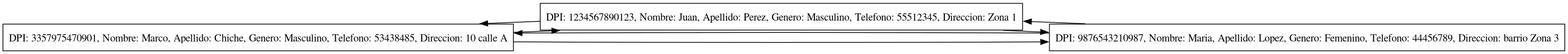
This is Rapidito/Lista_Dob.png from Marco131-xel/Edd_Proyecto2, a Graphviz export, as it was before one commit. Its source is kept beside it as Rapidito/Lista_Dob.dot.
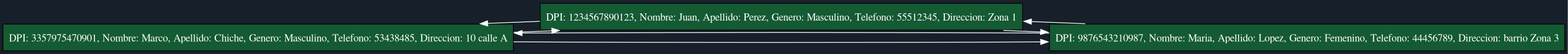
After the commit.

What changed in the source:
```diff
@@ -1,6 +1,8 @@
 digraph G {
+bgcolor="#17202a";
+node [shape=record, style=filled, fillcolor="#145a32", fontcolor=white];
+edge [color=white];
 rankdir=LR;
-node [shape=record];
 nodo0 [label="DPI: 3357975470901, Nombre:  Marco, Apellido:  Chiche, Genero:  Masculino, Telefono:  53438485, Direccion:  10 calle A"];
 nodo1 [label="DPI: 1234567890123, Nombre:  Juan, Apellido:  Perez, Genero:  Masculino, Telefono:  55512345, Direccion:  Zona 1"];
 nodo2 [label="DPI: 9876543210987, Nombre:  Maria, Apellido:  Lopez, Genero:  Femenino, Telefono:  44456789, Direccion:  barrio Zona 3"];
```
